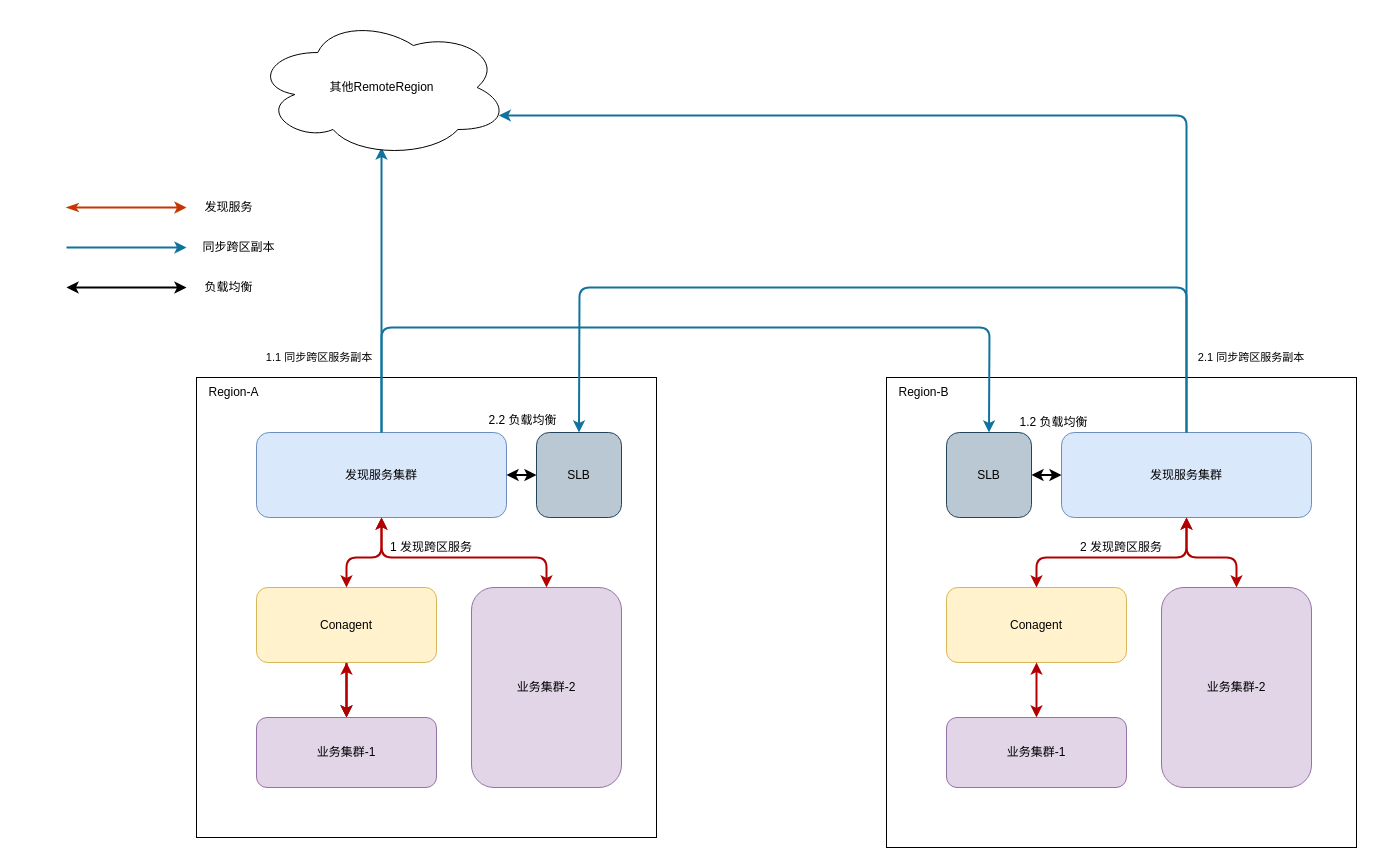
The draw.io diagram 同步跨区服务.drawio in Gred01/study, before the edit. Source tidied: cells renumbered, new cells numbered last; positions are measured from the earlier drawing's top-left corner, leaving out a move shared by most shapes. Both pictures are drawn from the tidied source at 100%, with x=0, y=0 at pixel (66, 17).
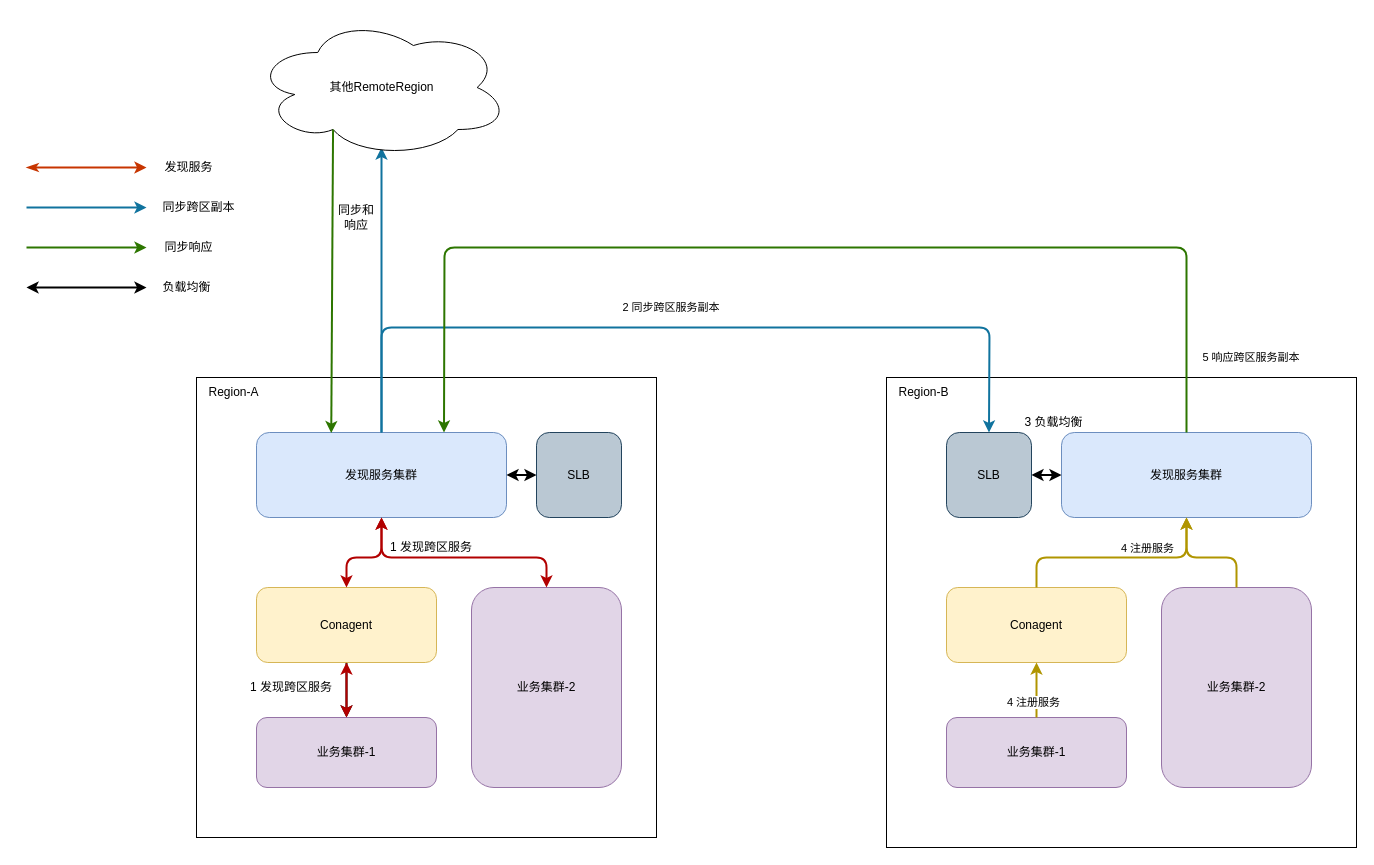
After the change.

Commit message:
Update 同步跨区服务.drawio

Unchanged cells that the change refers to:
```xml
<mxCell id="3" value="发现服务集群" style="rounded=1;whiteSpace=wrap;html=1;fillColor=#dae8fc;strokeColor=#6c8ebf;" parent="1" vertex="1">
  <mxGeometry x="190" y="415" width="250" height="85" as="geometry" />
</mxCell>
<mxCell id="9" value="SLB" style="rounded=1;whiteSpace=wrap;html=1;fillColor=#bac8d3;strokeColor=#23445d;" parent="1" vertex="1">
  <mxGeometry x="470" y="415" width="85" height="85" as="geometry" />
</mxCell>
<mxCell id="14" value="发现服务集群" style="rounded=1;whiteSpace=wrap;html=1;fillColor=#dae8fc;strokeColor=#6c8ebf;" parent="1" vertex="1">
  <mxGeometry x="995" y="415" width="250" height="85" as="geometry" />
</mxCell>
<mxCell id="15" value="Conagent" style="rounded=1;whiteSpace=wrap;html=1;fillColor=#fff2cc;strokeColor=#d6b656;" parent="1" vertex="1">
  <mxGeometry x="880" y="570" width="180" height="75" as="geometry" />
</mxCell>
<mxCell id="16" value="业务集群-1" style="rounded=1;whiteSpace=wrap;html=1;fillColor=#e1d5e7;strokeColor=#9673a6;" parent="1" vertex="1">
  <mxGeometry x="880" y="700" width="180" height="70" as="geometry" />
</mxCell>
<mxCell id="17" value="&lt;span&gt;业务集群-2&lt;/span&gt;" style="rounded=1;whiteSpace=wrap;html=1;fillColor=#e1d5e7;strokeColor=#9673a6;" parent="1" vertex="1">
  <mxGeometry x="1095" y="570" width="150" height="200" as="geometry" />
</mxCell>
<mxCell id="34" value="其他RemoteRegion" style="ellipse;shape=cloud;whiteSpace=wrap;html=1;" parent="1" vertex="1">
  <mxGeometry x="187.5" width="255" height="140" as="geometry" />
</mxCell>
```

Diff of the diagram source:
```diff
@@
-    <mxCell id="20" style="endArrow=classic;startArrow=classic;html=1;exitX=0.5;exitY=0;exitDx=0;exitDy=0;entryX=0.5;entryY=1;entryDx=0;entryDy=0;strokeWidth=2;fillColor=#e51400;strokeColor=#B20000;" parent="1" edge="1" source="15" target="14">
+    <mxCell id="20" style="endArrow=classic;startArrow=none;html=1;exitX=0.5;exitY=0;exitDx=0;exitDy=0;entryX=0.5;entryY=1;entryDx=0;entryDy=0;strokeWidth=2;fillColor=#e3c800;strokeColor=#B09500;startFill=0;" parent="1" edge="1" source="15" target="14">
       <mxGeometry relative="1" as="geometry">
         <Array as="points">
           <mxPoint x="970" y="540" />
           <mxPoint x="1120" y="540" />
         </Array>
       </mxGeometry>
     </mxCell>
-    <mxCell id="21" style="endArrow=classic;startArrow=classic;html=1;entryX=0.5;entryY=0;entryDx=0;entryDy=0;exitX=0.5;exitY=1;exitDx=0;exitDy=0;strokeWidth=2;fillColor=#e51400;strokeColor=#B20000;" parent="1" edge="1" source="14" target="17">
-      <mxGeometry relative="1" as="geometry">
-        <Array as="points">
-          <mxPoint x="1120" y="540" />
-          <mxPoint x="1170" y="540" />
-        </Array>
-      </mxGeometry>
-    </mxCell>
@@
-    <mxCell id="23" style="endArrow=classic;startArrow=none;html=1;strokeWidth=2;exitX=0.5;exitY=0;exitDx=0;exitDy=0;entryX=0.5;entryY=0;entryDx=0;entryDy=0;startFill=0;fillColor=#b1ddf0;strokeColor=#10739e;" parent="1" edge="1" source="14" target="9">
-      <mxGeometry relative="1" as="geometry">
-        <Array as="points">
-          <mxPoint x="1120" y="270" />
-          <mxPoint x="513" y="270" />
-        </Array>
-      </mxGeometry>
-    </mxCell>
@@
-    <mxCell id="26" value="&lt;span style=&quot;font-size: 11px ; background-color: rgb(255 , 255 , 255)&quot;&gt;1.1 同步跨区服务副本&lt;/span&gt;" style="text;html=1;strokeColor=none;fillColor=none;align=center;verticalAlign=middle;whiteSpace=wrap;rounded=0;" parent="1" vertex="1">
-      <mxGeometry x="187.5" y="330" width="130" height="20" as="geometry" />
+    <mxCell id="26" value="&lt;span style=&quot;font-size: 11px ; background-color: rgb(255 , 255 , 255)&quot;&gt;2 同步跨区服务副本&lt;/span&gt;" style="text;html=1;strokeColor=none;fillColor=none;align=center;verticalAlign=middle;whiteSpace=wrap;rounded=0;" parent="1" vertex="1">
+      <mxGeometry x="540" y="280" width="130" height="20" as="geometry" />
     </mxCell>
-    <mxCell id="27" value="&lt;span style=&quot;font-size: 11px ; background-color: rgb(255 , 255 , 255)&quot;&gt;2.1 同步跨区服务副本&lt;/span&gt;" style="text;html=1;strokeColor=none;fillColor=none;align=center;verticalAlign=middle;whiteSpace=wrap;rounded=0;" parent="1" vertex="1">
+    <mxCell id="27" value="&lt;span style=&quot;font-size: 11px ; background-color: rgb(255 , 255 , 255)&quot;&gt;5 响应跨区服务副本&lt;/span&gt;" style="text;html=1;strokeColor=none;fillColor=none;align=center;verticalAlign=middle;whiteSpace=wrap;rounded=0;" parent="1" vertex="1">
       <mxGeometry x="1120" y="330" width="130" height="20" as="geometry" />
     </mxCell>
-    <mxCell id="28" value="2 发现跨区服务" style="text;html=1;strokeColor=none;fillColor=none;align=center;verticalAlign=middle;whiteSpace=wrap;rounded=0;" parent="1" vertex="1">
-      <mxGeometry x="1000" y="520" width="110" height="20" as="geometry" />
-    </mxCell>
-    <mxCell id="29" value="1.2 负载均衡" style="text;html=1;strokeColor=none;fillColor=none;align=center;verticalAlign=middle;whiteSpace=wrap;rounded=0;" parent="1" vertex="1">
+    <mxCell id="29" value="3 负载均衡" style="text;html=1;strokeColor=none;fillColor=none;align=center;verticalAlign=middle;whiteSpace=wrap;rounded=0;" parent="1" vertex="1">
       <mxGeometry x="950" y="395" width="75" height="20" as="geometry" />
     </mxCell>
-    <mxCell id="30" value="2.2 负载均衡" style="text;html=1;strokeColor=none;fillColor=none;align=center;verticalAlign=middle;whiteSpace=wrap;rounded=0;" parent="1" vertex="1">
-      <mxGeometry x="419" y="390" width="75" height="25" as="geometry" />
-    </mxCell>
@@
-    <mxCell id="32" style="endArrow=classic;startArrow=classic;html=1;strokeWidth=2;entryX=0.5;entryY=1;entryDx=0;entryDy=0;fillColor=#e51400;strokeColor=#B20000;" parent="1" edge="1" source="16" target="15">
-      <mxGeometry relative="1" as="geometry" />
-    </mxCell>
@@
-    <mxCell id="35" style="endArrow=classic;html=1;strokeWidth=2;exitX=0.5;exitY=0;exitDx=0;exitDy=0;entryX=0.96;entryY=0.7;entryDx=0;entryDy=0;entryPerimeter=0;fillColor=#b1ddf0;strokeColor=#10739e;" parent="1" edge="1" source="14" target="34">
-      <mxGeometry relative="1" as="geometry">
-        <Array as="points">
-          <mxPoint x="1120" y="98" />
-        </Array>
-      </mxGeometry>
-    </mxCell>
     <mxCell id="36" style="endArrow=classic;html=1;fillColor=#fa6800;strokeColor=#C73500;strokeWidth=2;startArrow=classicThin;startFill=1;" parent="1" edge="1">
       <mxGeometry relative="1" as="geometry">
-        <mxPoint y="190" as="sourcePoint" />
-        <mxPoint x="120" y="190" as="targetPoint" />
+        <mxPoint x="-40" y="150" as="sourcePoint" />
+        <mxPoint x="80" y="150" as="targetPoint" />
       </mxGeometry>
     </mxCell>
     <mxCell id="37" style="endArrow=classic;html=1;strokeWidth=2;fillColor=#b1ddf0;strokeColor=#10739e;" parent="1" edge="1">
       <mxGeometry relative="1" as="geometry">
-        <mxPoint y="230" as="sourcePoint" />
-        <mxPoint x="120" y="230" as="targetPoint" />
+        <mxPoint x="-40" y="190" as="sourcePoint" />
+        <mxPoint x="80" y="190" as="targetPoint" />
       </mxGeometry>
     </mxCell>
     <mxCell id="38" value="发现服务" style="text;html=1;strokeColor=none;fillColor=none;align=center;verticalAlign=middle;whiteSpace=wrap;rounded=0;" parent="1" vertex="1">
-      <mxGeometry x="135" y="180" width="55" height="20" as="geometry" />
+      <mxGeometry x="95" y="140" width="55" height="20" as="geometry" />
     </mxCell>
     <mxCell id="39" value="同步跨区副本" style="text;html=1;strokeColor=none;fillColor=none;align=center;verticalAlign=middle;whiteSpace=wrap;rounded=0;" parent="1" vertex="1">
-      <mxGeometry x="135" y="220" width="75" height="20" as="geometry" />
+      <mxGeometry x="95" y="180" width="75" height="20" as="geometry" />
     </mxCell>
     <mxCell id="40" style="endArrow=classic;startArrow=classic;html=1;strokeWidth=2;" parent="1" edge="1">
       <mxGeometry relative="1" as="geometry">
-        <mxPoint y="270" as="sourcePoint" />
-        <mxPoint x="120" y="270" as="targetPoint" />
+        <mxPoint x="-40" y="270" as="sourcePoint" />
+        <mxPoint x="80" y="270" as="targetPoint" />
       </mxGeometry>
     </mxCell>
     <mxCell id="41" value="负载均衡" style="text;html=1;strokeColor=none;fillColor=none;align=center;verticalAlign=middle;whiteSpace=wrap;rounded=0;" parent="1" vertex="1">
-      <mxGeometry x="135" y="260" width="55" height="20" as="geometry" />
+      <mxGeometry x="92.5" y="260" width="55" height="20" as="geometry" />
     </mxCell>
+    <mxCell id="42" style="endArrow=classic;startArrow=none;html=1;strokeWidth=2;exitX=0.5;exitY=0;exitDx=0;exitDy=0;entryX=0.75;entryY=0;entryDx=0;entryDy=0;startFill=0;fillColor=#60a917;strokeColor=#2D7600;" parent="1" edge="1" source="14" target="3">
+      <mxGeometry relative="1" as="geometry">
+        <Array as="points">
+          <mxPoint x="1120" y="230" />
+          <mxPoint x="378" y="230" />
+        </Array>
+      </mxGeometry>
+    </mxCell>
+    <mxCell id="43" style="endArrow=classic;html=1;strokeWidth=2;exitX=0.31;exitY=0.8;exitDx=0;exitDy=0;exitPerimeter=0;entryX=0.299;entryY=0.007;entryDx=0;entryDy=0;entryPerimeter=0;fillColor=#60a917;strokeColor=#2D7600;" parent="1" edge="1" source="34" target="3">
+      <mxGeometry relative="1" as="geometry" />
+    </mxCell>
+    <mxCell id="44" style="endArrow=classic;html=1;strokeWidth=2;fillColor=#60a917;strokeColor=#2D7600;" parent="1" edge="1">
+      <mxGeometry relative="1" as="geometry">
+        <mxPoint x="-40" y="230" as="sourcePoint" />
+        <mxPoint x="80" y="230" as="targetPoint" />
+      </mxGeometry>
+    </mxCell>
+    <mxCell id="45" value="同步响应" style="text;html=1;strokeColor=none;fillColor=none;align=center;verticalAlign=middle;whiteSpace=wrap;rounded=0;" parent="1" vertex="1">
+      <mxGeometry x="95" y="220" width="55" height="20" as="geometry" />
+    </mxCell>
+    <mxCell id="32" style="endArrow=classic;startArrow=none;html=1;strokeWidth=2;entryX=0.5;entryY=1;entryDx=0;entryDy=0;fillColor=#e3c800;strokeColor=#B09500;startFill=0;" parent="1" edge="1" source="16" target="15">
+      <mxGeometry relative="1" as="geometry" />
+    </mxCell>
+    <mxCell id="46" value="4 注册服务" style="edgeLabel;html=1;align=center;verticalAlign=middle;" parent="32" vertex="1">
+      <mxGeometry x="-0.41" y="4" relative="1" as="geometry" />
+    </mxCell>
+    <mxCell id="47" style="endArrow=classic;html=1;strokeWidth=2;exitX=0.5;exitY=0;exitDx=0;exitDy=0;fillColor=#e3c800;strokeColor=#B09500;" parent="1" edge="1" source="17">
+      <mxGeometry relative="1" as="geometry">
+        <mxPoint x="1120" y="500" as="targetPoint" />
+        <Array as="points">
+          <mxPoint x="1170" y="540" />
+          <mxPoint x="1120" y="540" />
+        </Array>
+      </mxGeometry>
+    </mxCell>
+    <mxCell id="48" value="4 注册服务" style="edgeLabel;html=1;align=center;verticalAlign=middle;" parent="1" vertex="1">
+      <mxGeometry x="1080" y="530" as="geometry" />
+    </mxCell>
+    <mxCell id="49" value="同步和响应" style="text;html=1;strokeColor=none;fillColor=none;align=center;verticalAlign=middle;whiteSpace=wrap;rounded=0;" parent="1" vertex="1">
+      <mxGeometry x="270" y="190" width="40" height="20" as="geometry" />
+    </mxCell>
+    <mxCell id="50" value="1 发现跨区服务" style="text;html=1;strokeColor=none;fillColor=none;align=center;verticalAlign=middle;whiteSpace=wrap;rounded=0;" parent="1" vertex="1">
+      <mxGeometry x="170" y="660" width="110" height="20" as="geometry" />
+    </mxCell>
```
